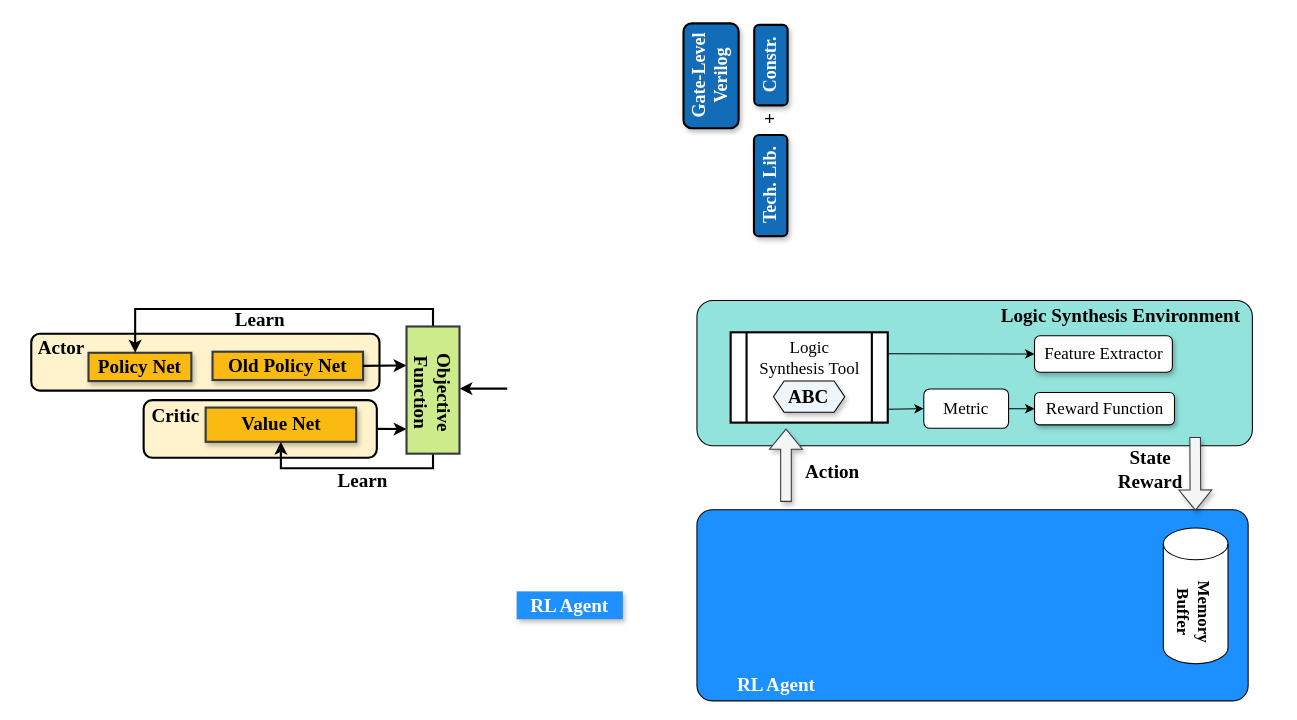
The draw.io diagram RL_framework.drawio in kxzhu0505/Delay-Padding-For-Multi-corner, before the edit. Source tidied: cells renumbered, new cells numbered last; positions are measured from the earlier drawing's top-left corner, leaving out a move shared by most shapes. Both pictures are drawn from the tidied source at 106%, with x=0, y=0 at pixel (18, 48).
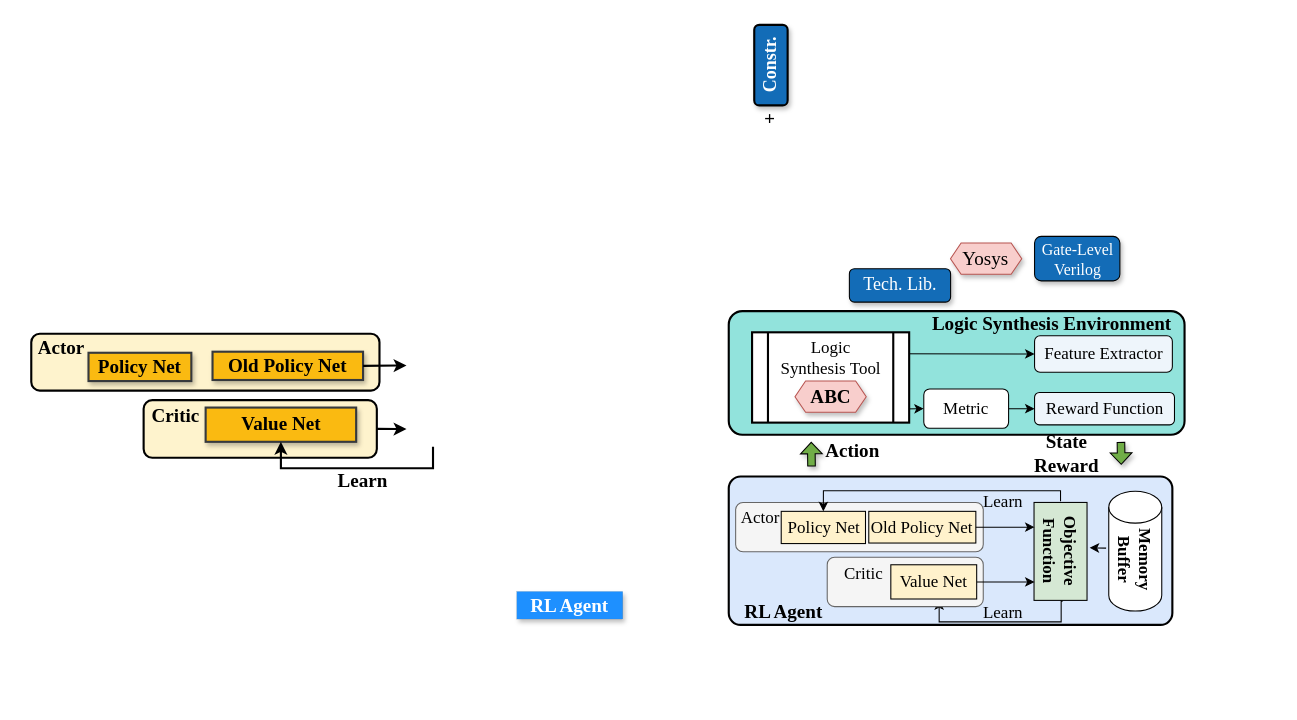
The same page after the edit.

The change refers to these unchanged cells:
```xml
<mxCell id="11" value="&lt;b style=&quot;&quot;&gt;&lt;font style=&quot;font-size: 18px;&quot;&gt;Policy Net&lt;/font&gt;&lt;/b&gt;" style="rounded=0;whiteSpace=wrap;html=1;fillColor=#faba11;strokeColor=#36393d;strokeWidth=2;shadow=1;fontFamily=Times New Roman;" parent="1" vertex="1">
  <mxGeometry x="66" y="287.3" width="97" height="26.7" as="geometry" />
</mxCell>
```

What changed in the source:
```diff
@@
-    <mxCell id="2" style="rounded=1;whiteSpace=wrap;html=1;fillColor=light-dark(#1d90ff, #2f3142);strokeColor=#000000;strokeWidth=1;shadow=0;fontFamily=Times New Roman;arcSize=8;" parent="1" vertex="1">
-      <mxGeometry x="640" y="435.4" width="520" height="180.3" as="geometry" />
+    <mxCell id="2" style="rounded=1;whiteSpace=wrap;html=1;fillColor=#dae8fc;strokeColor=#000000;strokeWidth=2;shadow=0;fontFamily=Times New Roman;arcSize=8;" parent="1" vertex="1">
+      <mxGeometry x="670" y="404" width="418.5" height="140" as="geometry" />
     </mxCell>
-    <mxCell id="3" value="&lt;font color=&quot;#ffffff&quot;&gt;&lt;b style=&quot;font-size: 17px;&quot;&gt;&lt;font style=&quot;font-size: 17px;&quot;&gt;Gate-&lt;/font&gt;&lt;/b&gt;&lt;b style=&quot;font-size: 17px; background-color: initial;&quot;&gt;Level&lt;/b&gt;&lt;/font&gt;&lt;div style=&quot;font-size: 17px;&quot;&gt;&lt;div&gt;&lt;b&gt;&lt;font style=&quot;font-size: 17px;&quot; color=&quot;#ffffff&quot;&gt;Verilog&lt;/font&gt;&lt;/b&gt;&lt;/div&gt;&lt;/div&gt;" style="rounded=1;whiteSpace=wrap;html=1;fillColor=#136cb7;strokeColor=#000000;strokeWidth=2;shadow=1;rotation=-90;fontFamily=Times New Roman;" parent="1" vertex="1">
-      <mxGeometry x="603.8" width="99" height="52" as="geometry" />
+    <mxCell id="3" value="&lt;font style=&quot;font-size: 15px;&quot; color=&quot;#ffffff&quot;&gt;&lt;font style=&quot;&quot;&gt;Gate-&lt;/font&gt;&lt;span style=&quot;background-color: initial;&quot;&gt;Level&lt;/span&gt;&lt;/font&gt;&lt;div style=&quot;&quot;&gt;&lt;div style=&quot;&quot;&gt;&lt;font style=&quot;font-size: 15px;&quot; color=&quot;#ffffff&quot;&gt;Verilog&lt;/font&gt;&lt;/div&gt;&lt;/div&gt;" style="rounded=1;whiteSpace=wrap;html=1;fillColor=#136cb7;strokeColor=#000000;strokeWidth=1;shadow=1;rotation=0;fontFamily=Times New Roman;" parent="1" vertex="1">
+      <mxGeometry x="958.5" y="177.5" width="80.5" height="42" as="geometry" />
     </mxCell>
-    <mxCell id="4" style="rounded=1;whiteSpace=wrap;html=1;fillColor=light-dark(#92e3dc, #22282f);strokeColor=#000000;strokeWidth=1;shadow=0;fontFamily=Times New Roman;arcSize=11;" parent="1" vertex="1">
-      <mxGeometry x="640" y="238" width="524" height="137" as="geometry" />
+    <mxCell id="4" style="rounded=1;whiteSpace=wrap;html=1;fillColor=light-dark(#92e3dc, #22282f);strokeColor=#000000;strokeWidth=2;shadow=0;fontFamily=Times New Roman;arcSize=11;" parent="1" vertex="1">
+      <mxGeometry x="670" y="248" width="430" height="116.6" as="geometry" />
     </mxCell>
-    <mxCell id="5" value="&lt;font style=&quot;color: rgb(0, 0, 0); font-size: 16px;&quot;&gt;Feature Extractor&lt;/font&gt;" style="rounded=1;whiteSpace=wrap;html=1;strokeWidth=1;shadow=1;fontFamily=Times New Roman;" parent="1" vertex="1">
+    <mxCell id="5" value="&lt;font style=&quot;color: rgb(0, 0, 0); font-size: 16px;&quot;&gt;Feature Extractor&lt;/font&gt;" style="rounded=1;whiteSpace=wrap;html=1;strokeWidth=1;shadow=0;fontFamily=Times New Roman;fillColor=light-dark(#eef5fb, #ededed);" parent="1" vertex="1">
       <mxGeometry x="958.5" y="271.2" width="130" height="34.5" as="geometry" />
     </mxCell>
@@
-    <mxCell id="8" value="&lt;font style=&quot;color: rgb(0, 0, 0); font-size: 16px;&quot;&gt;Reward Function&lt;/font&gt;" style="rounded=1;whiteSpace=wrap;html=1;strokeWidth=1;shadow=1;fontFamily=Times New Roman;" parent="1" vertex="1">
+    <mxCell id="8" value="&lt;font style=&quot;color: rgb(0, 0, 0); font-size: 16px;&quot;&gt;Reward Function&lt;/font&gt;" style="rounded=1;whiteSpace=wrap;html=1;strokeWidth=1;shadow=0;fontFamily=Times New Roman;fillColor=light-dark(#eef5fb, #ededed);" parent="1" vertex="1">
       <mxGeometry x="958.5" y="324.8" width="132" height="30.5" as="geometry" />
     </mxCell>
@@
-    <mxCell id="19" style="endArrow=classic;html=1;rounded=0;strokeWidth=2;edgeStyle=orthogonalEdgeStyle;fontFamily=Times New Roman;" parent="1" edge="1" target="11">
-      <mxGeometry relative="1" as="geometry">
-        <mxPoint x="391" y="266" as="sourcePoint" />
-        <Array as="points">
-          <mxPoint x="391" y="246" />
-          <mxPoint x="110" y="246" />
-        </Array>
-      </mxGeometry>
-    </mxCell>
@@
-    <mxCell id="21" style="endArrow=classic;html=1;rounded=0;strokeWidth=2;entryX=-0.004;entryY=0.225;entryDx=0;entryDy=0;entryPerimeter=0;fontFamily=Times New Roman;" parent="1" edge="1">
+    <mxCell id="21" style="endArrow=classic;html=1;rounded=0;strokeWidth=1;entryX=-0.004;entryY=0.225;entryDx=0;entryDy=0;entryPerimeter=0;fontFamily=Times New Roman;" parent="1" edge="1">
       <mxGeometry relative="1" as="geometry">
-        <mxPoint x="461" y="321.1" as="sourcePoint" />
-        <mxPoint x="416" y="321.1" as="targetPoint" />
+        <mxPoint x="1026" y="471.6" as="sourcePoint" />
+        <mxPoint x="1010.5" y="471.3" as="targetPoint" />
       </mxGeometry>
     </mxCell>
@@
-    <mxCell id="24" style="shape=flexArrow;endArrow=classic;html=1;rounded=0;strokeWidth=1;fillColor=#F5F5F5;strokeColor=#36393d;shadow=1;fontFamily=Times New Roman;" parent="1" edge="1">
+    <mxCell id="24" style="shape=flexArrow;endArrow=classic;html=1;rounded=0;strokeWidth=1;shadow=1;fontFamily=Times New Roman;width=7.142857142857142;endSize=3.257142857142857;endWidth=12.312925170068027;fillColor=#70AD47;" parent="1" edge="1">
       <mxGeometry relative="1" as="geometry">
-        <mxPoint x="724" y="428" as="sourcePoint" />
-        <mxPoint x="724" y="358.8" as="targetPoint" />
+        <mxPoint x="748.1" y="394.6" as="sourcePoint" />
+        <mxPoint x="747.8" y="371.3" as="targetPoint" />
       </mxGeometry>
     </mxCell>
-    <mxCell id="25" value="&lt;font color=&quot;#ffffff&quot;&gt;&lt;span style=&quot;font-size: 17px;&quot;&gt;&lt;b&gt;Tech. Lib.&lt;/b&gt;&lt;/span&gt;&lt;/font&gt;" style="rounded=1;whiteSpace=wrap;html=1;fillColor=#136cb7;strokeColor=#000000;strokeWidth=2;shadow=1;rotation=-90;fontFamily=Times New Roman;" parent="1" vertex="1">
-      <mxGeometry x="661.8" y="113.8" width="95.5" height="31.5" as="geometry" />
+    <mxCell id="25" value="&lt;font color=&quot;#ffffff&quot;&gt;&lt;span style=&quot;font-size: 17px;&quot;&gt;Tech. Lib.&lt;/span&gt;&lt;/font&gt;" style="rounded=1;whiteSpace=wrap;html=1;fillColor=#136cb7;strokeColor=#000000;strokeWidth=1;shadow=1;rotation=0;fontFamily=Times New Roman;" parent="1" vertex="1">
+      <mxGeometry x="783.8" y="208" width="95.5" height="31.5" as="geometry" />
     </mxCell>
@@
-    <mxCell id="27" style="shape=flexArrow;endArrow=none;html=1;rounded=0;strokeWidth=1;fillColor=#F5F5F5;strokeColor=#36393d;shadow=1;startArrow=block;endFill=0;fontFamily=Times New Roman;" parent="1" edge="1">
-      <mxGeometry relative="1" as="geometry">
-        <mxPoint x="1110.3" y="436.2" as="sourcePoint" />
-        <mxPoint x="1110" y="366.8" as="targetPoint" />
-      </mxGeometry>
-    </mxCell>
-    <mxCell id="28" style="group;fontFamily=Times New Roman;rotation=90;" parent="1" vertex="1">
-      <mxGeometry x="1080" y="457.6" width="61" height="128" as="geometry" />
-    </mxCell>
-    <mxCell id="29" style="shape=cylinder3;whiteSpace=wrap;html=1;boundedLbl=1;backgroundOutline=1;size=15;strokeWidth=1;fontFamily=Times New Roman;" parent="28" vertex="1">
-      <mxGeometry y="-5" width="61" height="128" as="geometry" />
-    </mxCell>
-    <mxCell id="30" value="&lt;font style=&quot;color: rgb(0, 0, 0); font-size: 16px;&quot;&gt;&lt;b style=&quot;&quot;&gt;Memory&lt;/b&gt;&lt;/font&gt;&lt;div style=&quot;&quot;&gt;&lt;font style=&quot;color: rgb(0, 0, 0); font-size: 16px;&quot;&gt;&lt;b style=&quot;&quot;&gt;Buffer&lt;/b&gt;&lt;/font&gt;&lt;/div&gt;" style="text;html=1;align=center;verticalAlign=middle;whiteSpace=wrap;rounded=0;direction=south;rotation=90;fontFamily=Times New Roman;" parent="28" vertex="1">
-      <mxGeometry x="-10.3" y="62.6" width="79.9" height="23" as="geometry" />
-    </mxCell>
-    <mxCell id="31" style="group;fillColor=#cdeb8b;strokeColor=#36393d;strokeWidth=2;fontFamily=Times New Roman;" parent="1" vertex="1">
-      <mxGeometry x="366" y="262.5" width="50" height="120" as="geometry" />
-    </mxCell>
-    <mxCell id="32" value="&lt;font style=&quot;font-size: 18px;&quot;&gt;&lt;b&gt;Objective&lt;/b&gt;&lt;/font&gt;&lt;div style=&quot;font-size: 18px;&quot;&gt;&lt;b&gt;Function&lt;/b&gt;&lt;/div&gt;" style="text;html=1;align=center;verticalAlign=middle;whiteSpace=wrap;rounded=0;direction=south;rotation=90;fontFamily=Times New Roman;" parent="1" vertex="1">
-      <mxGeometry x="344.5" y="312" width="93" height="25" as="geometry" />
-    </mxCell>
     <mxCell id="33" value="&lt;font style=&quot;font-size: 18px;&quot;&gt;&lt;b&gt;Action&lt;/b&gt;&lt;/font&gt;" style="text;html=1;align=center;verticalAlign=middle;whiteSpace=wrap;rounded=0;fontFamily=Times New Roman;" parent="1" vertex="1">
-      <mxGeometry x="738" y="385" width="60" height="30" as="geometry" />
+      <mxGeometry x="757.2" y="364.6" width="60" height="30" as="geometry" />
     </mxCell>
     <mxCell id="34" value="&lt;font style=&quot;font-size: 18px;&quot;&gt;&lt;b&gt;State&lt;/b&gt;&lt;/font&gt;&lt;div&gt;&lt;font style=&quot;font-size: 18px;&quot;&gt;&lt;b&gt;Reward&lt;/b&gt;&lt;/font&gt;&lt;/div&gt;" style="text;html=1;align=center;verticalAlign=middle;whiteSpace=wrap;rounded=0;fontFamily=Times New Roman;" parent="1" vertex="1">
-      <mxGeometry x="1038" y="383" width="60" height="30" as="geometry" />
+      <mxGeometry x="958.5" y="368.3" width="60" height="30" as="geometry" />
     </mxCell>
@@
-    <mxCell id="36" value="&lt;font style=&quot;font-size: 18px;&quot;&gt;&lt;b&gt;Learn&lt;/b&gt;&lt;/font&gt;" style="text;html=1;align=center;verticalAlign=middle;whiteSpace=wrap;rounded=0;fontFamily=Times New Roman;" parent="1" vertex="1">
-      <mxGeometry x="198" y="242.3" width="60" height="30" as="geometry" />
-    </mxCell>
@@
+    <mxCell id="41" value="&lt;b style=&quot;font-family: &amp;quot;Times New Roman&amp;quot;; font-size: 18px;&quot;&gt;&lt;font style=&quot;color: rgb(0, 0, 0);&quot;&gt;RL Agent&lt;/font&gt;&lt;/b&gt;" style="text;html=1;align=center;verticalAlign=middle;whiteSpace=wrap;rounded=0;" parent="1" vertex="1">
+      <mxGeometry x="671.8" y="516.6" width="100" height="30" as="geometry" />
+    </mxCell>
+    <mxCell id="42" value="&lt;font style=&quot;color: rgb(0, 0, 0);&quot;&gt;&lt;b style=&quot;font-family: &amp;quot;Times New Roman&amp;quot;; font-size: 18px;&quot;&gt;Logic Synthesis&amp;nbsp;&lt;/b&gt;&lt;b style=&quot;font-family: &amp;quot;Times New Roman&amp;quot;; background-color: initial; font-size: 18px;&quot;&gt;Environment&lt;/b&gt;&lt;/font&gt;" style="text;html=1;align=center;verticalAlign=middle;whiteSpace=wrap;rounded=0;" parent="1" vertex="1">
+      <mxGeometry x="854" y="245" width="241.9" height="30" as="geometry" />
+    </mxCell>
+    <mxCell id="43" style="group;fillColor=#d5e8d4;strokeColor=#000000;strokeWidth=1;fontFamily=Times New Roman;" parent="1" vertex="1">
+      <mxGeometry x="958" y="428.5" width="50" height="92.4" as="geometry" />
+    </mxCell>
+    <mxCell id="44" style="edgeStyle=orthogonalEdgeStyle;rounded=0;orthogonalLoop=1;jettySize=auto;html=1;entryX=0.5;entryY=1;entryDx=0;entryDy=0;" parent="1" edge="1">
+      <mxGeometry relative="1" as="geometry">
+        <mxPoint x="985" y="521.6" as="sourcePoint" />
+        <mxPoint x="868.5" y="520.8" as="targetPoint" />
+        <Array as="points">
+          <mxPoint x="983.6" y="541.2" />
+          <mxPoint x="868.6" y="541.2" />
+        </Array>
+      </mxGeometry>
+    </mxCell>
+    <mxCell id="32" value="&lt;font style=&quot;font-size: 16px;&quot;&gt;&lt;b style=&quot;&quot;&gt;Objective&lt;/b&gt;&lt;/font&gt;&lt;div style=&quot;&quot;&gt;&lt;b style=&quot;&quot;&gt;&lt;font style=&quot;font-size: 16px;&quot;&gt;Function&lt;/font&gt;&lt;/b&gt;&lt;/div&gt;" style="text;html=1;align=center;verticalAlign=middle;whiteSpace=wrap;rounded=0;direction=south;rotation=90;fontFamily=Times New Roman;" parent="1" vertex="1">
+      <mxGeometry x="936.5" y="461.4" width="93" height="25" as="geometry" />
+    </mxCell>
+    <mxCell id="45" style="group;" parent="1" vertex="1">
+      <mxGeometry x="686.5" y="428.5" width="223.6" height="46.6" as="geometry" />
+    </mxCell>
+    <mxCell id="46" style="rounded=1;whiteSpace=wrap;html=1;strokeWidth=1;fillColor=#f5f5f5;fontFamily=Times New Roman;fontColor=#333333;strokeColor=#666666;" parent="45" vertex="1">
+      <mxGeometry x="-10" width="233.6" height="46.6" as="geometry" />
+    </mxCell>
+    <mxCell id="47" value="&lt;font style=&quot;font-size: 16px;&quot;&gt;Old Policy Net&lt;/font&gt;" style="rounded=0;whiteSpace=wrap;html=1;strokeWidth=1;shadow=0;fontFamily=Times New Roman;fillColor=#fff2cc;strokeColor=#000000;" parent="45" vertex="1">
+      <mxGeometry x="115.6" y="8.4" width="101" height="29.9" as="geometry" />
+    </mxCell>
+    <mxCell id="48" value="&lt;font style=&quot;font-size: 16px;&quot;&gt;Policy Net&lt;/font&gt;" style="rounded=0;whiteSpace=wrap;html=1;strokeWidth=1;shadow=0;fontFamily=Times New Roman;fillColor=#fff2cc;strokeColor=#000000;" parent="45" vertex="1">
+      <mxGeometry x="33" y="8.4" width="79.5" height="30.4" as="geometry" />
+    </mxCell>
+    <mxCell id="49" style="edgeStyle=orthogonalEdgeStyle;rounded=0;jettySize=auto;html=1;exitX=1;exitY=0.5;exitDx=0;exitDy=0;" parent="45" edge="1" source="47">
+      <mxGeometry relative="1" as="geometry">
+        <mxPoint x="272" y="23.3" as="targetPoint" />
+      </mxGeometry>
+    </mxCell>
+    <mxCell id="50" value="&lt;font style=&quot;font-size: 16px;&quot;&gt;Actor&lt;/font&gt;" style="text;html=1;align=center;verticalAlign=middle;whiteSpace=wrap;rounded=0;fontFamily=Times New Roman;" parent="45" vertex="1">
+      <mxGeometry x="-16.5" y="3" width="60" height="20" as="geometry" />
+    </mxCell>
+    <mxCell id="51" style="group;" parent="1" vertex="1">
+      <mxGeometry x="752.9" y="480.2" width="157.2" height="46.6" as="geometry" />
+    </mxCell>
+    <mxCell id="52" style="rounded=1;whiteSpace=wrap;html=1;strokeWidth=1;fillColor=#f5f5f5;fontFamily=Times New Roman;fontColor=#333333;strokeColor=#666666;" parent="51" vertex="1">
+      <mxGeometry x="10" width="147.2" height="46.6" as="geometry" />
+    </mxCell>
+    <mxCell id="53" style="edgeStyle=orthogonalEdgeStyle;rounded=0;jettySize=auto;html=1;" parent="51" edge="1" source="54">
+      <mxGeometry relative="1" as="geometry">
+        <mxPoint x="205.6" y="23.3" as="targetPoint" />
+      </mxGeometry>
+    </mxCell>
+    <mxCell id="54" value="&lt;font style=&quot;font-size: 16px;&quot;&gt;Value Net&lt;/font&gt;" style="rounded=0;whiteSpace=wrap;html=1;strokeWidth=1;shadow=0;fontFamily=Times New Roman;fillColor=#fff2cc;strokeColor=#000000;" parent="51" vertex="1">
+      <mxGeometry x="70" y="7.1" width="81" height="32.3" as="geometry" />
+    </mxCell>
+    <mxCell id="55" value="&lt;font style=&quot;font-size: 16px;&quot;&gt;Critic&lt;/font&gt;" style="text;html=1;align=center;verticalAlign=middle;whiteSpace=wrap;rounded=0;fontFamily=Times New Roman;" parent="51" vertex="1">
+      <mxGeometry x="19" width="51" height="30" as="geometry" />
+    </mxCell>
+    <mxCell id="56" style="endArrow=classic;html=1;rounded=0;strokeWidth=1;edgeStyle=orthogonalEdgeStyle;fontFamily=Times New Roman;entryX=0.5;entryY=0;entryDx=0;entryDy=0;exitX=0.5;exitY=1;exitDx=0;exitDy=0;" parent="1" edge="1" source="32" target="48">
+      <mxGeometry relative="1" as="geometry" />
+    </mxCell>
+    <mxCell id="57" style="group;" parent="1" vertex="1">
+      <mxGeometry x="1028.5" y="418" width="50" height="113" as="geometry" />
+    </mxCell>
+    <mxCell id="29" style="shape=cylinder3;whiteSpace=wrap;html=1;boundedLbl=1;backgroundOutline=1;size=15;strokeWidth=1;fontFamily=Times New Roman;" parent="57" vertex="1">
+      <mxGeometry width="50" height="113" as="geometry" />
+    </mxCell>
+    <mxCell id="30" value="&lt;font style=&quot;color: rgb(0, 0, 0); font-size: 16px;&quot;&gt;&lt;b style=&quot;&quot;&gt;Memory&lt;/b&gt;&lt;/font&gt;&lt;div style=&quot;&quot;&gt;&lt;font style=&quot;color: rgb(0, 0, 0); font-size: 16px;&quot;&gt;&lt;b style=&quot;&quot;&gt;Buffer&lt;/b&gt;&lt;/font&gt;&lt;/div&gt;" style="text;html=1;align=center;verticalAlign=middle;whiteSpace=wrap;rounded=0;direction=south;rotation=90;fontFamily=Times New Roman;" parent="57" vertex="1">
+      <mxGeometry x="-14.9" y="52.6" width="79.9" height="23" as="geometry" />
+    </mxCell>
+    <mxCell id="58" value="&lt;font style=&quot;font-size: 16px;&quot;&gt;Learn&lt;/font&gt;" style="text;html=1;align=center;verticalAlign=middle;whiteSpace=wrap;rounded=0;fontFamily=Times New Roman;" parent="1" vertex="1">
+      <mxGeometry x="898.5" y="411.5" width="60" height="30" as="geometry" />
+    </mxCell>
+    <mxCell id="59" value="&lt;font style=&quot;font-size: 16px;&quot;&gt;Learn&lt;/font&gt;" style="text;html=1;align=center;verticalAlign=middle;whiteSpace=wrap;rounded=0;fontFamily=Times New Roman;" parent="1" vertex="1">
+      <mxGeometry x="898.5" y="516.6" width="60" height="30" as="geometry" />
+    </mxCell>
+    <mxCell id="60" style="group;" parent="1" vertex="1">
+      <mxGeometry x="692" y="268" width="148.2" height="85.2" as="geometry" />
+    </mxCell>
-    <mxCell id="38" style="shape=process;whiteSpace=wrap;html=1;backgroundOutline=1;strokeWidth=2;" parent="1" vertex="1">
-      <mxGeometry x="671.8" y="268" width="148.2" height="85.2" as="geometry" />
+    <mxCell id="38" style="shape=process;whiteSpace=wrap;html=1;backgroundOutline=1;strokeWidth=2;" parent="60" vertex="1">
+      <mxGeometry width="148.2" height="85.2" as="geometry" />
     </mxCell>
-    <mxCell id="39" value="&lt;span style=&quot;font-size: 18px;&quot;&gt;&lt;b&gt;ABC&lt;/b&gt;&lt;/span&gt;" style="shape=hexagon;perimeter=hexagonPerimeter2;whiteSpace=wrap;html=1;fixedSize=1;fillColor=light-dark(#eef5fb, #1d293b);strokeColor=light-dark(#000000, #5c79a3);strokeWidth=1;shadow=1;rounded=0;size=10;fontFamily=Times New Roman;" parent="1" vertex="1">
-      <mxGeometry x="712.2" y="314" width="67.2" height="29.5" as="geometry" />
+    <mxCell id="39" value="&lt;span style=&quot;font-size: 18px;&quot;&gt;&lt;b&gt;ABC&lt;/b&gt;&lt;/span&gt;" style="shape=hexagon;perimeter=hexagonPerimeter2;whiteSpace=wrap;html=1;fixedSize=1;fillColor=#f8cecc;strokeColor=#b85450;strokeWidth=1;shadow=1;rounded=0;size=10;fontFamily=Times New Roman;" parent="60" vertex="1">
+      <mxGeometry x="40.5" y="46" width="67.2" height="29.5" as="geometry" />
     </mxCell>
-    <mxCell id="40" value="&lt;font style=&quot;font-size: 16px;&quot;&gt;&lt;font style=&quot;&quot; face=&quot;Times New Roman&quot;&gt;Logic Synthesis&amp;nbsp;&lt;/font&gt;&lt;span style=&quot;font-family: &amp;quot;Times New Roman&amp;quot;; background-color: transparent; color: light-dark(rgb(0, 0, 0), rgb(255, 255, 255));&quot;&gt;Tool&lt;/span&gt;&lt;/font&gt;" style="text;html=1;align=center;verticalAlign=middle;whiteSpace=wrap;rounded=0;" parent="1" vertex="1">
-      <mxGeometry x="703.5" y="277.2" width="84.8" height="30" as="geometry" />
+    <mxCell id="40" value="&lt;font style=&quot;font-size: 16px;&quot;&gt;&lt;font style=&quot;&quot; face=&quot;Times New Roman&quot;&gt;Logic Synthesis&amp;nbsp;&lt;/font&gt;&lt;span style=&quot;font-family: &amp;quot;Times New Roman&amp;quot;; background-color: transparent; color: light-dark(rgb(0, 0, 0), rgb(255, 255, 255));&quot;&gt;Tool&lt;/span&gt;&lt;/font&gt;" style="text;html=1;align=center;verticalAlign=middle;whiteSpace=wrap;rounded=0;" parent="60" vertex="1">
+      <mxGeometry x="31.8" y="9.2" width="84.8" height="30" as="geometry" />
     </mxCell>
-    <mxCell id="41" value="&lt;b style=&quot;color: rgb(255, 255, 255); font-family: &amp;quot;Times New Roman&amp;quot;; font-size: 18px;&quot;&gt;RL Agent&lt;/b&gt;" style="text;html=1;align=center;verticalAlign=middle;whiteSpace=wrap;rounded=0;" parent="1" vertex="1">
-      <mxGeometry x="640" y="585.6" width="150" height="30" as="geometry" />
-    </mxCell>
-    <mxCell id="42" value="&lt;font style=&quot;color: rgb(0, 0, 0);&quot;&gt;&lt;b style=&quot;font-family: &amp;quot;Times New Roman&amp;quot;; font-size: 18px;&quot;&gt;Logic Synthesis&amp;nbsp;&lt;/b&gt;&lt;b style=&quot;font-family: &amp;quot;Times New Roman&amp;quot;; background-color: initial; font-size: 18px;&quot;&gt;Environment&lt;/b&gt;&lt;/font&gt;" style="text;html=1;align=center;verticalAlign=middle;whiteSpace=wrap;rounded=0;" parent="1" vertex="1">
-      <mxGeometry x="890" y="238" width="300" height="30" as="geometry" />
-    </mxCell>
+    <mxCell id="61" style="shape=flexArrow;endArrow=classic;html=1;rounded=0;strokeWidth=1;shadow=1;fontFamily=Times New Roman;width=7.142857142857142;endSize=3.257142857142857;endWidth=12.312925170068027;fillColor=#70AD47;" parent="1" edge="1">
+      <mxGeometry relative="1" as="geometry">
+        <mxPoint x="1040" y="371.4" as="sourcePoint" />
+        <mxPoint x="1040.3" y="393" as="targetPoint" />
+      </mxGeometry>
+    </mxCell>
+    <mxCell id="62" value="&lt;span style=&quot;font-size: 18px;&quot;&gt;Yosys&lt;/span&gt;" style="shape=hexagon;perimeter=hexagonPerimeter2;whiteSpace=wrap;html=1;fixedSize=1;fillColor=#f8cecc;strokeColor=#b85450;strokeWidth=1;shadow=1;rounded=0;size=10;fontFamily=Times New Roman;" parent="1" vertex="1">
+      <mxGeometry x="879.2" y="183.8" width="67.2" height="29.5" as="geometry" />
+    </mxCell>
```
